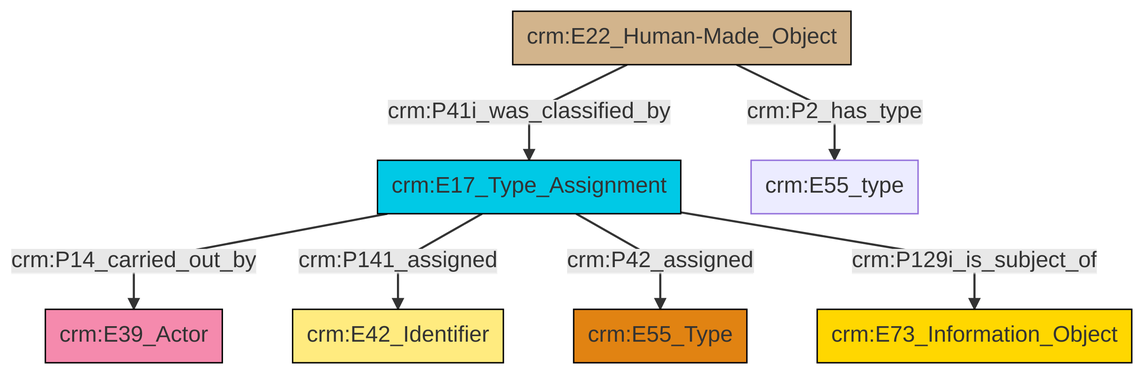
swiss-art-research-net/docs.swissartresearch keeps this Mermaid diagram as et/builtWorkCSV/ttl/mmd/png/Built_Work_designation_status.png. Above is the earlier version. Its source is kept beside it as et/builtWorkCSV/ttl/mmd/Built_Work_designation_status.ttl.mmd.
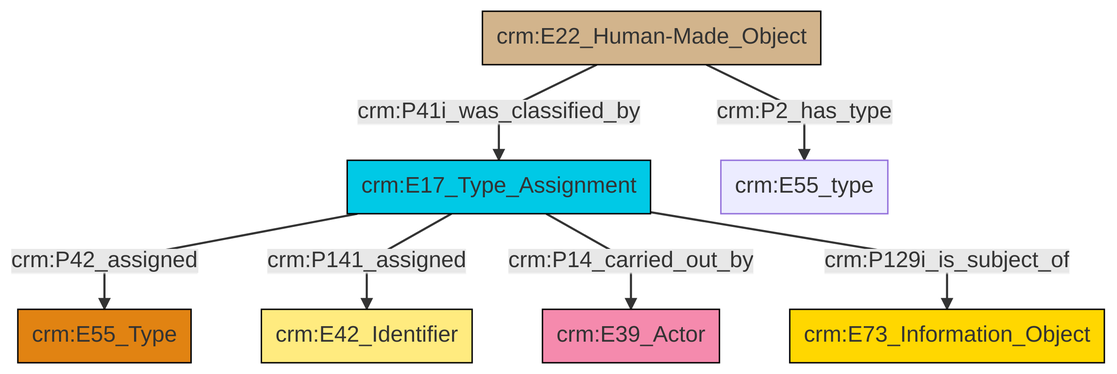
Above is the later version.

Diff of the diagram source:
```diff
@@ -13,9 +13,9 @@
 classDef PC_Classes fill:#4ce600, stroke:#000000;
 classDef Multi fill:#cccccc,stroke:#000000;
 
-2["crm:E17_Type_Assignment"]:::Temporal_Entity -->|crm:P14_carried_out_by| 3["crm:E39_Actor"]:::Actor
-2["crm:E17_Type_Assignment"]:::Temporal_Entity -->|crm:P141_assigned| 4["crm:E42_Identifier"]:::Appellation
-6["crm:E22_Human-Made_Object"]:::Physical_Thing -->|crm:P41i_was_classified_by| 2["crm:E17_Type_Assignment"]:::Temporal_Entity
-6["crm:E22_Human-Made_Object"]:::Physical_Thing -->|crm:P2_has_type| 11["crm:E55_type"]:::Default
-2["crm:E17_Type_Assignment"]:::Temporal_Entity -->|crm:P42_assigned| 0["crm:E55_Type"]:::Type
-2["crm:E17_Type_Assignment"]:::Temporal_Entity -->|crm:P129i_is_subject_of| 8["crm:E73_Information_Object"]:::Conceptual_Object
+2["crm:E17_Type_Assignment"]:::Temporal_Entity -->|crm:P42_assigned| 3["crm:E55_Type"]:::Type
+2["crm:E17_Type_Assignment"]:::Temporal_Entity -->|crm:P141_assigned| 8["crm:E42_Identifier"]:::Appellation
+9["crm:E22_Human-Made_Object"]:::Physical_Thing -->|crm:P41i_was_classified_by| 2["crm:E17_Type_Assignment"]:::Temporal_Entity
+9["crm:E22_Human-Made_Object"]:::Physical_Thing -->|crm:P2_has_type| 4["crm:E55_type"]:::Default
+2["crm:E17_Type_Assignment"]:::Temporal_Entity -->|crm:P14_carried_out_by| 0["crm:E39_Actor"]:::Actor
+2["crm:E17_Type_Assignment"]:::Temporal_Entity -->|crm:P129i_is_subject_of| 6["crm:E73_Information_Object"]:::Conceptual_Object
```
